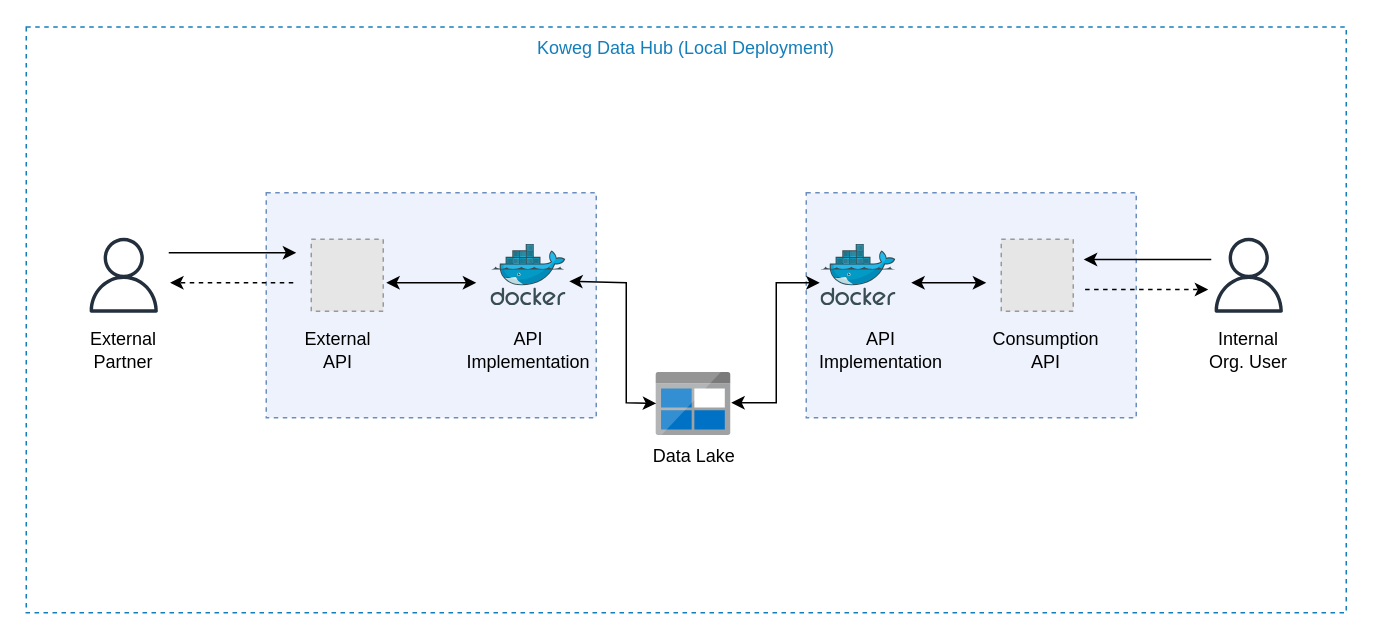
Above: doc/poc-architecture-local.drawio in larinde/koweg-datahub (draw.io), before the change. Source tidied: cells renumbered, new cells numbered last; positions are measured from the earlier drawing's top-left corner, leaving out a move shared by most shapes. Both pictures are drawn from the tidied source at 150%, with x=0, y=0 at pixel (26, 27). Pictures stored in the file or linked from it are replaced by grey dashed boxes.
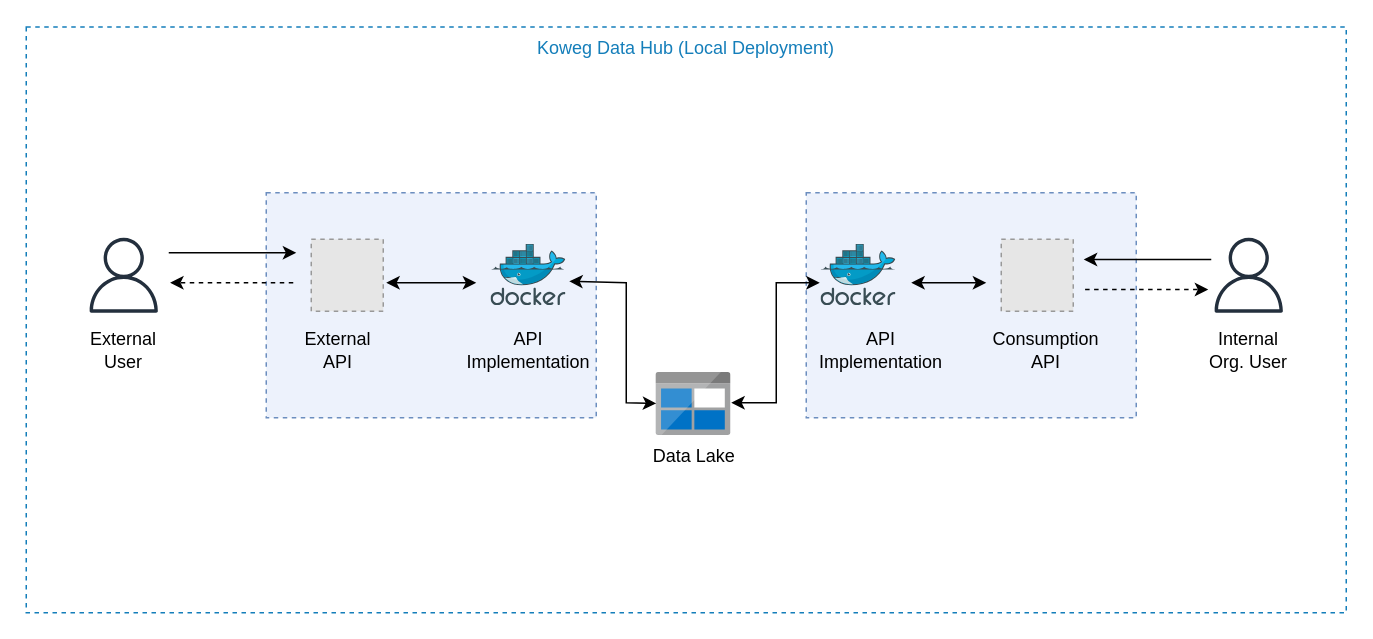
Above is the later version.

Change to the diagram source:
```diff
@@
-    <mxCell id="17" value="External Partner" style="text;html=1;strokeColor=none;fillColor=none;align=center;verticalAlign=middle;whiteSpace=wrap;rounded=0;" parent="1" vertex="1">
+    <mxCell id="17" value="External User" style="text;html=1;strokeColor=none;fillColor=none;align=center;verticalAlign=middle;whiteSpace=wrap;rounded=0;" parent="1" vertex="1">
       <mxGeometry x="35" y="200" width="60" height="30" as="geometry" />
     </mxCell>
```
